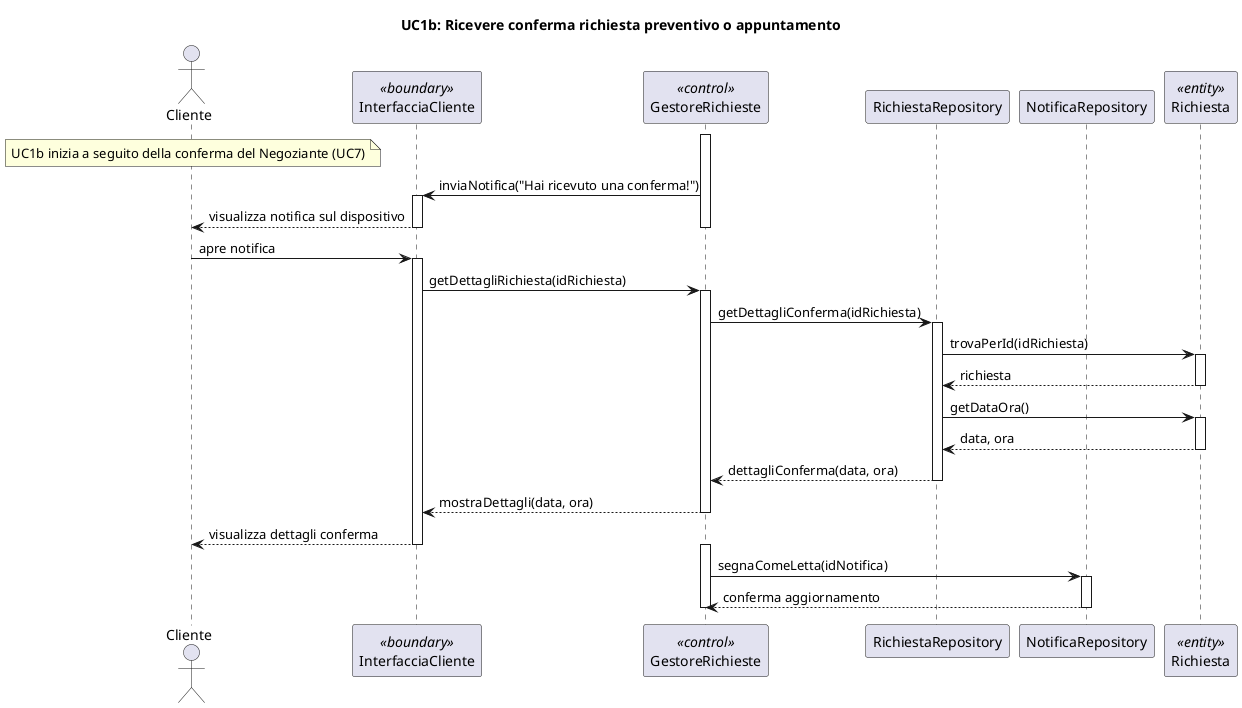
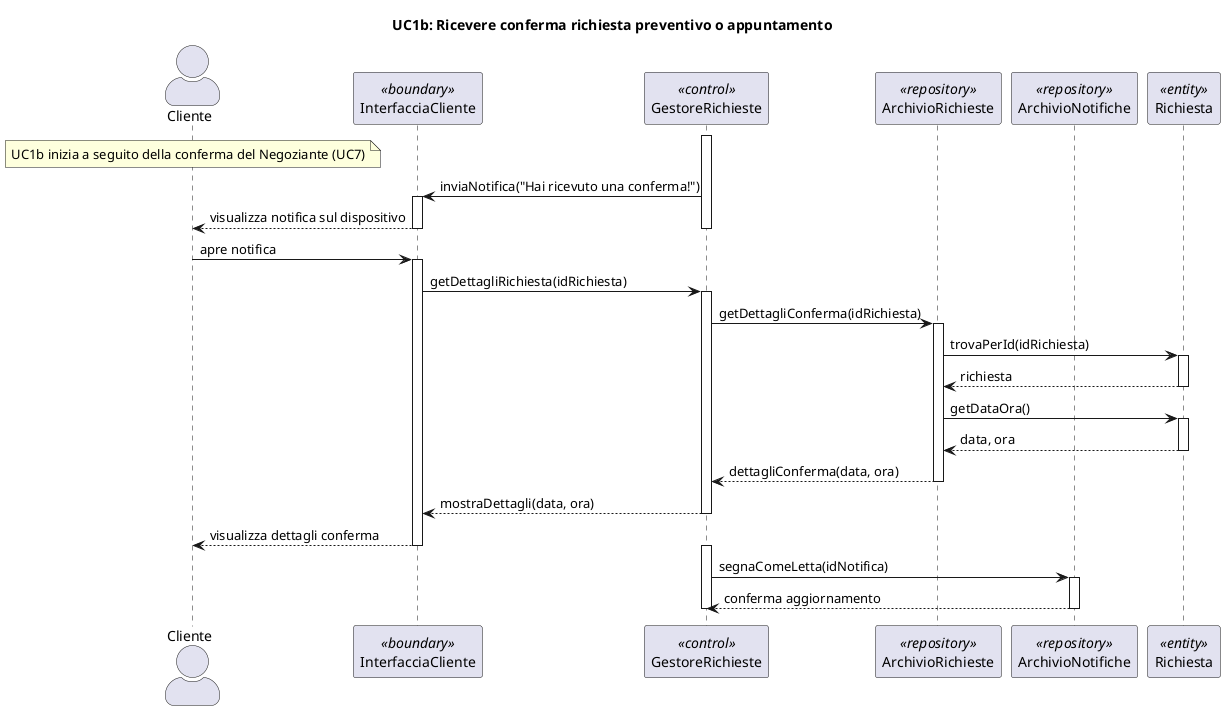
@startuml

- show footbox
+ skinparam actorStyle awesome

title UC1b: Ricevere conferma richiesta preventivo o appuntamento

actor Cliente
participant "InterfacciaCliente" as BoundaryCli <<boundary>>
participant "GestoreRichieste" as Control <<control>>
- participant "RichiestaRepository" as RepoRichiesta
- participant "NotificaRepository" as RepoNotifica
+ participant "ArchivioRichieste" as RepoRichiesta <<repository>>
+ participant "ArchivioNotifiche" as RepoNotifica <<repository>>
participant "Richiesta" as Richiesta <<entity>>

note over Cliente : UC1b inizia a seguito della conferma del Negoziante (UC7)

activate Control
Control -> BoundaryCli : inviaNotifica("Hai ricevuto una conferma!")
activate BoundaryCli
BoundaryCli --> Cliente : visualizza notifica sul dispositivo
deactivate BoundaryCli
deactivate Control

Cliente -> BoundaryCli : apre notifica
activate BoundaryCli
BoundaryCli -> Control : getDettagliRichiesta(idRichiesta)
activate Control

Control -> RepoRichiesta : getDettagliConferma(idRichiesta)
activate RepoRichiesta

RepoRichiesta -> Richiesta : trovaPerId(idRichiesta)
activate Richiesta
Richiesta --> RepoRichiesta : richiesta
deactivate Richiesta

RepoRichiesta -> Richiesta : getDataOra()
activate Richiesta
Richiesta --> RepoRichiesta : data, ora
deactivate Richiesta

RepoRichiesta --> Control : dettagliConferma(data, ora)
deactivate RepoRichiesta

Control --> BoundaryCli : mostraDettagli(data, ora)
deactivate Control
BoundaryCli --> Cliente : visualizza dettagli conferma
deactivate BoundaryCli

activate Control
Control -> RepoNotifica : segnaComeLetta(idNotifica)
activate RepoNotifica
RepoNotifica --> Control : conferma aggiornamento
deactivate RepoNotifica
deactivate Control

@enduml